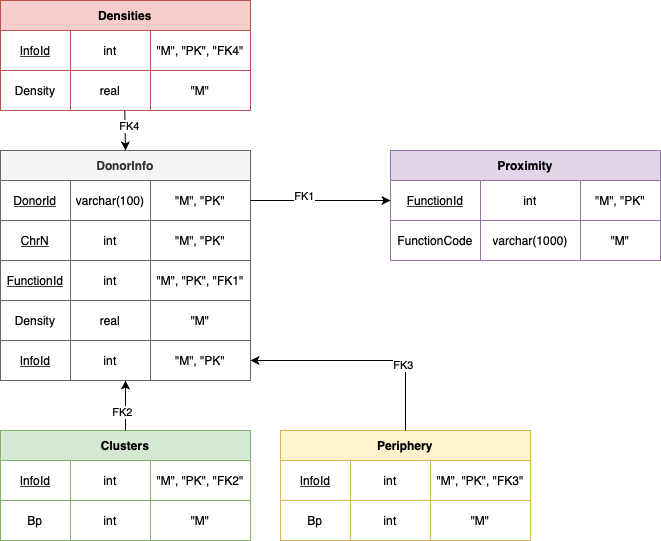
This is chromo.png from Timoniche/DenseWeightedSubgraph, a draw.io export, as it was before one commit. Source tidied: cells renumbered, new cells last; positions are measured from the earlier drawing's top-left corner, leaving out a move shared by most shapes.
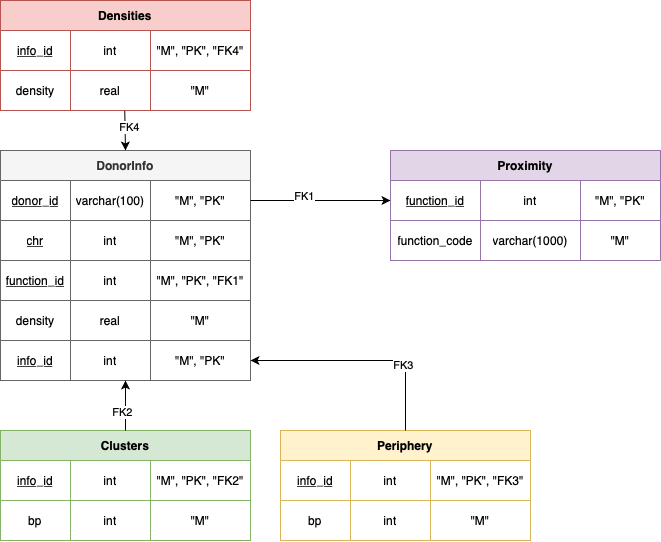
The same diagram one commit later.

Commit message:
snake case chromo.png

The edit, as a diff of the source:
```diff
@@ -8,7 +8,7 @@
     <mxCell id="3" style="shape=partialRectangle;html=1;whiteSpace=wrap;fillColor=none;top=0;left=0;bottom=0;right=0;" parent="2" vertex="1">
       <mxGeometry y="30" width="250" height="40" as="geometry" />
     </mxCell>
-    <mxCell id="4" value="&lt;u&gt;InfoId&lt;/u&gt;" style="shape=partialRectangle;html=1;whiteSpace=wrap;fillColor=none;top=0;left=0;bottom=0;right=0;overflow=hidden;" parent="3" vertex="1">
+    <mxCell id="4" value="&lt;u&gt;info_id&lt;/u&gt;" style="shape=partialRectangle;html=1;whiteSpace=wrap;fillColor=none;top=0;left=0;bottom=0;right=0;overflow=hidden;" parent="3" vertex="1">
       <mxGeometry width="70" height="40" as="geometry" />
     </mxCell>
     <mxCell id="5" value="int" style="shape=partialRectangle;html=1;whiteSpace=wrap;fillColor=none;top=0;left=0;bottom=0;right=0;overflow=hidden;" parent="3" vertex="1">
@@ -20,7 +20,7 @@
     <mxCell id="7" style="shape=partialRectangle;html=1;whiteSpace=wrap;fillColor=none;top=0;left=0;bottom=0;right=0;" parent="2" vertex="1">
       <mxGeometry y="70" width="250" height="40" as="geometry" />
     </mxCell>
-    <mxCell id="8" value="Bp" style="shape=partialRectangle;html=1;whiteSpace=wrap;fillColor=none;top=0;left=0;bottom=0;right=0;overflow=hidden;" parent="7" vertex="1">
+    <mxCell id="8" value="bp" style="shape=partialRectangle;html=1;whiteSpace=wrap;fillColor=none;top=0;left=0;bottom=0;right=0;overflow=hidden;" parent="7" vertex="1">
       <mxGeometry width="70" height="40" as="geometry" />
     </mxCell>
     <mxCell id="9" value="int" style="shape=partialRectangle;html=1;whiteSpace=wrap;fillColor=none;top=0;left=0;bottom=0;right=0;overflow=hidden;" parent="7" vertex="1">
@@ -35,7 +35,7 @@
     <mxCell id="12" style="shape=partialRectangle;html=1;whiteSpace=wrap;fillColor=none;top=0;left=0;bottom=0;right=0;points=[[0,0.5],[1,0.5]];portConstraint=eastwest;" parent="11" vertex="1">
       <mxGeometry y="30" width="270" height="40" as="geometry" />
     </mxCell>
-    <mxCell id="13" value="&lt;u&gt;FunctionId&lt;/u&gt;" style="shape=partialRectangle;html=1;whiteSpace=wrap;fillColor=none;top=0;left=0;bottom=0;right=0;overflow=hidden;" parent="12" vertex="1">
+    <mxCell id="13" value="&lt;u&gt;function_id&lt;/u&gt;" style="shape=partialRectangle;html=1;whiteSpace=wrap;fillColor=none;top=0;left=0;bottom=0;right=0;overflow=hidden;" parent="12" vertex="1">
       <mxGeometry width="90" height="40" as="geometry" />
     </mxCell>
     <mxCell id="14" value="int" style="shape=partialRectangle;html=1;whiteSpace=wrap;fillColor=none;top=0;left=0;bottom=0;right=0;overflow=hidden;" parent="12" vertex="1">
@@ -47,7 +47,7 @@
     <mxCell id="16" style="shape=partialRectangle;html=1;whiteSpace=wrap;fillColor=none;top=0;left=0;bottom=0;right=0;" parent="11" vertex="1">
       <mxGeometry y="70" width="270" height="40" as="geometry" />
     </mxCell>
-    <mxCell id="17" value="FunctionCode" style="shape=partialRectangle;html=1;whiteSpace=wrap;fillColor=none;top=0;left=0;bottom=0;right=0;overflow=hidden;" parent="16" vertex="1">
+    <mxCell id="17" value="function_code" style="shape=partialRectangle;html=1;whiteSpace=wrap;fillColor=none;top=0;left=0;bottom=0;right=0;overflow=hidden;" parent="16" vertex="1">
       <mxGeometry width="90" height="40" as="geometry" />
     </mxCell>
     <mxCell id="18" value="varchar(1000)" style="shape=partialRectangle;html=1;whiteSpace=wrap;fillColor=none;top=0;left=0;bottom=0;right=0;overflow=hidden;" parent="16" vertex="1">
@@ -62,7 +62,7 @@
     <mxCell id="21" style="shape=partialRectangle;html=1;whiteSpace=wrap;fillColor=none;top=0;left=0;bottom=0;right=0;" parent="20" vertex="1">
       <mxGeometry y="30" width="250" height="40" as="geometry" />
     </mxCell>
-    <mxCell id="22" value="&lt;u&gt;InfoId&lt;/u&gt;" style="shape=partialRectangle;html=1;whiteSpace=wrap;fillColor=none;top=0;left=0;bottom=0;right=0;overflow=hidden;" parent="21" vertex="1">
+    <mxCell id="22" value="&lt;u&gt;info_id&lt;/u&gt;" style="shape=partialRectangle;html=1;whiteSpace=wrap;fillColor=none;top=0;left=0;bottom=0;right=0;overflow=hidden;" parent="21" vertex="1">
       <mxGeometry width="70" height="40" as="geometry" />
     </mxCell>
     <mxCell id="23" value="int" style="shape=partialRectangle;html=1;whiteSpace=wrap;fillColor=none;top=0;left=0;bottom=0;right=0;overflow=hidden;" parent="21" vertex="1">
@@ -74,7 +74,7 @@
     <mxCell id="25" style="shape=partialRectangle;html=1;whiteSpace=wrap;fillColor=none;top=0;left=0;bottom=0;right=0;" parent="20" vertex="1">
       <mxGeometry y="70" width="250" height="40" as="geometry" />
     </mxCell>
-    <mxCell id="26" value="Bp" style="shape=partialRectangle;html=1;whiteSpace=wrap;fillColor=none;top=0;left=0;bottom=0;right=0;overflow=hidden;" parent="25" vertex="1">
+    <mxCell id="26" value="bp" style="shape=partialRectangle;html=1;whiteSpace=wrap;fillColor=none;top=0;left=0;bottom=0;right=0;overflow=hidden;" parent="25" vertex="1">
       <mxGeometry width="70" height="40" as="geometry" />
     </mxCell>
     <mxCell id="27" value="int" style="shape=partialRectangle;html=1;whiteSpace=wrap;fillColor=none;top=0;left=0;bottom=0;right=0;overflow=hidden;" parent="25" vertex="1">
@@ -89,7 +89,7 @@
     <mxCell id="30" style="shape=partialRectangle;html=1;whiteSpace=wrap;fillColor=none;top=0;left=0;bottom=0;right=0;points=[[0,0.5],[1,0.5]];portConstraint=eastwest;" parent="29" vertex="1">
       <mxGeometry y="30" width="250" height="40" as="geometry" />
     </mxCell>
-    <mxCell id="31" value="&lt;u&gt;DonorId&lt;/u&gt;" style="shape=partialRectangle;html=1;whiteSpace=wrap;fillColor=none;top=0;left=0;bottom=0;right=0;overflow=hidden;" parent="30" vertex="1">
+    <mxCell id="31" value="&lt;u&gt;donor_id&lt;/u&gt;" style="shape=partialRectangle;html=1;whiteSpace=wrap;fillColor=none;top=0;left=0;bottom=0;right=0;overflow=hidden;" parent="30" vertex="1">
       <mxGeometry width="70" height="40" as="geometry" />
     </mxCell>
     <mxCell id="32" value="varchar(100)" style="shape=partialRectangle;html=1;whiteSpace=wrap;fillColor=none;top=0;left=0;bottom=0;right=0;overflow=hidden;" parent="30" vertex="1">
@@ -101,7 +101,7 @@
     <mxCell id="34" style="shape=partialRectangle;html=1;whiteSpace=wrap;fillColor=none;top=0;left=0;bottom=0;right=0;" parent="29" vertex="1">
       <mxGeometry y="70" width="250" height="40" as="geometry" />
     </mxCell>
-    <mxCell id="35" value="&lt;u&gt;ChrN&lt;/u&gt;" style="shape=partialRectangle;html=1;whiteSpace=wrap;fillColor=none;top=0;left=0;bottom=0;right=0;overflow=hidden;" parent="34" vertex="1">
+    <mxCell id="35" value="&lt;u&gt;chr&lt;/u&gt;" style="shape=partialRectangle;html=1;whiteSpace=wrap;fillColor=none;top=0;left=0;bottom=0;right=0;overflow=hidden;" parent="34" vertex="1">
       <mxGeometry width="70" height="40" as="geometry" />
     </mxCell>
     <mxCell id="36" value="int" style="shape=partialRectangle;html=1;whiteSpace=wrap;fillColor=none;top=0;left=0;bottom=0;right=0;overflow=hidden;" parent="34" vertex="1">
@@ -113,7 +113,7 @@
     <mxCell id="38" style="shape=partialRectangle;html=1;whiteSpace=wrap;fillColor=none;top=0;left=0;bottom=0;right=0;" parent="29" vertex="1">
       <mxGeometry y="110" width="250" height="40" as="geometry" />
     </mxCell>
-    <mxCell id="39" value="&lt;u&gt;FunctionId&lt;/u&gt;" style="shape=partialRectangle;html=1;whiteSpace=wrap;fillColor=none;top=0;left=0;bottom=0;right=0;overflow=hidden;" parent="38" vertex="1">
+    <mxCell id="39" value="&lt;u&gt;function_id&lt;/u&gt;" style="shape=partialRectangle;html=1;whiteSpace=wrap;fillColor=none;top=0;left=0;bottom=0;right=0;overflow=hidden;" parent="38" vertex="1">
       <mxGeometry width="70" height="40" as="geometry" />
     </mxCell>
     <mxCell id="40" value="int" style="shape=partialRectangle;html=1;whiteSpace=wrap;fillColor=none;top=0;left=0;bottom=0;right=0;overflow=hidden;" parent="38" vertex="1">
@@ -125,7 +125,7 @@
     <mxCell id="42" style="shape=partialRectangle;html=1;whiteSpace=wrap;fillColor=none;top=0;left=0;bottom=0;right=0;" parent="29" vertex="1">
       <mxGeometry y="150" width="250" height="40" as="geometry" />
     </mxCell>
-    <mxCell id="43" value="Density" style="shape=partialRectangle;html=1;whiteSpace=wrap;fillColor=none;top=0;left=0;bottom=0;right=0;overflow=hidden;" parent="42" vertex="1">
+    <mxCell id="43" value="density" style="shape=partialRectangle;html=1;whiteSpace=wrap;fillColor=none;top=0;left=0;bottom=0;right=0;overflow=hidden;" parent="42" vertex="1">
       <mxGeometry width="70" height="40" as="geometry" />
     </mxCell>
     <mxCell id="44" value="real" style="shape=partialRectangle;html=1;whiteSpace=wrap;fillColor=none;top=0;left=0;bottom=0;right=0;overflow=hidden;" parent="42" vertex="1">
@@ -137,7 +137,7 @@
     <mxCell id="46" style="shape=partialRectangle;html=1;whiteSpace=wrap;fillColor=none;top=0;left=0;bottom=0;right=0;points=[[0,0.5],[1,0.5]];portConstraint=eastwest;" parent="29" vertex="1">
       <mxGeometry y="190" width="250" height="40" as="geometry" />
     </mxCell>
-    <mxCell id="47" value="&lt;u&gt;InfoId&lt;/u&gt;" style="shape=partialRectangle;html=1;whiteSpace=wrap;fillColor=none;top=0;left=0;bottom=0;right=0;overflow=hidden;" parent="46" vertex="1">
+    <mxCell id="47" value="&lt;u&gt;info_id&lt;/u&gt;" style="shape=partialRectangle;html=1;whiteSpace=wrap;fillColor=none;top=0;left=0;bottom=0;right=0;overflow=hidden;" parent="46" vertex="1">
       <mxGeometry width="70" height="40" as="geometry" />
     </mxCell>
     <mxCell id="48" value="int" style="shape=partialRectangle;html=1;whiteSpace=wrap;fillColor=none;top=0;left=0;bottom=0;right=0;overflow=hidden;" parent="46" vertex="1">
@@ -174,7 +174,7 @@
     <mxCell id="57" style="shape=partialRectangle;html=1;whiteSpace=wrap;fillColor=none;top=0;left=0;bottom=0;right=0;" parent="56" vertex="1">
       <mxGeometry y="30" width="250" height="40" as="geometry" />
     </mxCell>
-    <mxCell id="58" value="&lt;u&gt;InfoId&lt;/u&gt;" style="shape=partialRectangle;html=1;whiteSpace=wrap;fillColor=none;top=0;left=0;bottom=0;right=0;overflow=hidden;" parent="57" vertex="1">
+    <mxCell id="58" value="&lt;u&gt;info_id&lt;/u&gt;" style="shape=partialRectangle;html=1;whiteSpace=wrap;fillColor=none;top=0;left=0;bottom=0;right=0;overflow=hidden;" parent="57" vertex="1">
       <mxGeometry width="70" height="40" as="geometry" />
     </mxCell>
     <mxCell id="59" value="int" style="shape=partialRectangle;html=1;whiteSpace=wrap;fillColor=none;top=0;left=0;bottom=0;right=0;overflow=hidden;" parent="57" vertex="1">
@@ -186,7 +186,7 @@
     <mxCell id="61" style="shape=partialRectangle;html=1;whiteSpace=wrap;fillColor=none;top=0;left=0;bottom=0;right=0;points=[[0,0.5],[1,0.5]];portConstraint=eastwest;" parent="56" vertex="1">
       <mxGeometry y="70" width="250" height="40" as="geometry" />
     </mxCell>
-    <mxCell id="62" value="Density" style="shape=partialRectangle;html=1;whiteSpace=wrap;fillColor=none;top=0;left=0;bottom=0;right=0;overflow=hidden;" parent="61" vertex="1">
+    <mxCell id="62" value="density" style="shape=partialRectangle;html=1;whiteSpace=wrap;fillColor=none;top=0;left=0;bottom=0;right=0;overflow=hidden;" parent="61" vertex="1">
       <mxGeometry width="70" height="40" as="geometry" />
     </mxCell>
     <mxCell id="63" value="real" style="shape=partialRectangle;html=1;whiteSpace=wrap;fillColor=none;top=0;left=0;bottom=0;right=0;overflow=hidden;" parent="61" vertex="1">
```
